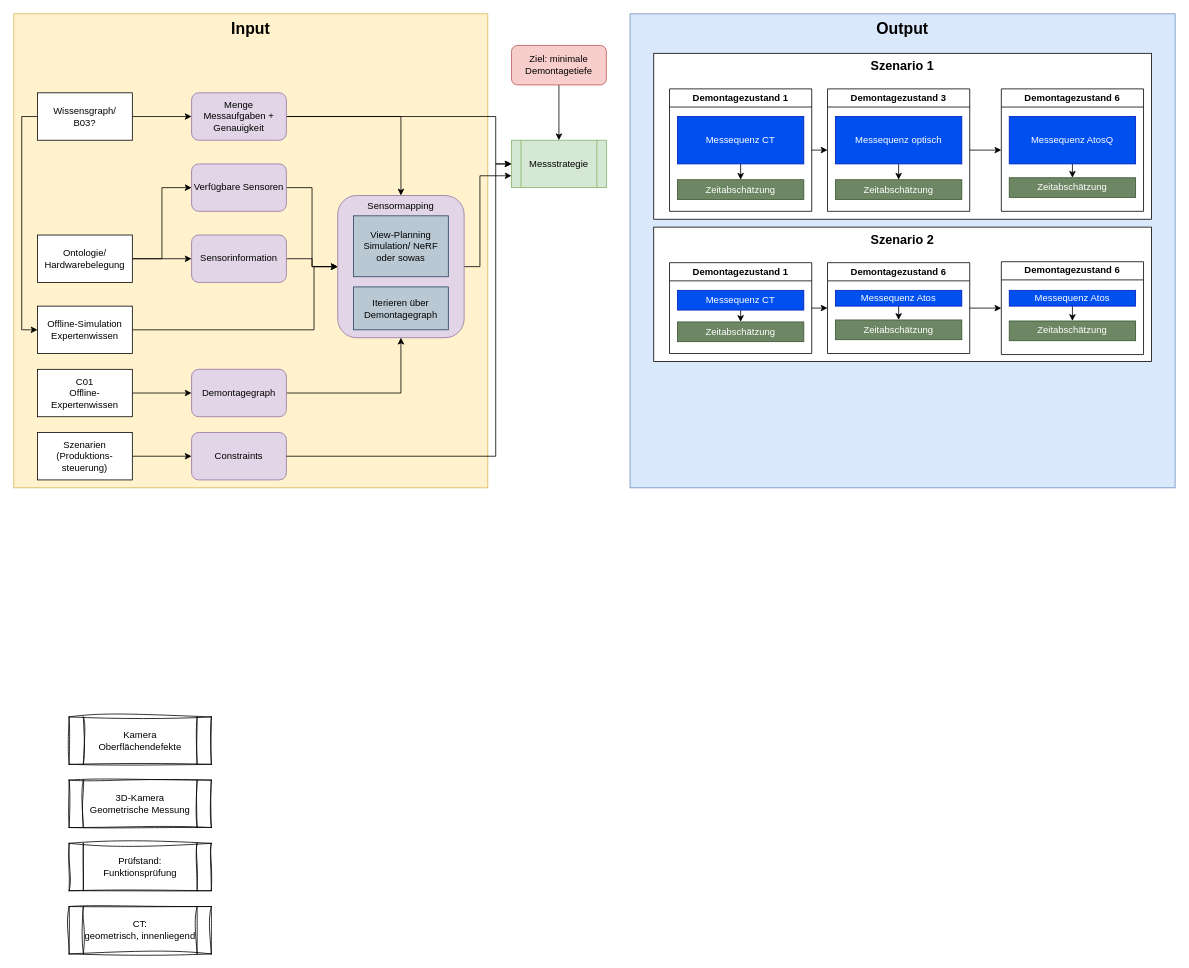
Above: B01_skizze.drawio in vento830/dok_visu (draw.io), before the change. Source tidied: cells renumbered, new cells numbered last; positions are measured from the earlier drawing's top-left corner, leaving out a move shared by most shapes. Both pictures are drawn from the tidied source at 79%, with x=0, y=0 at pixel (13, 13).
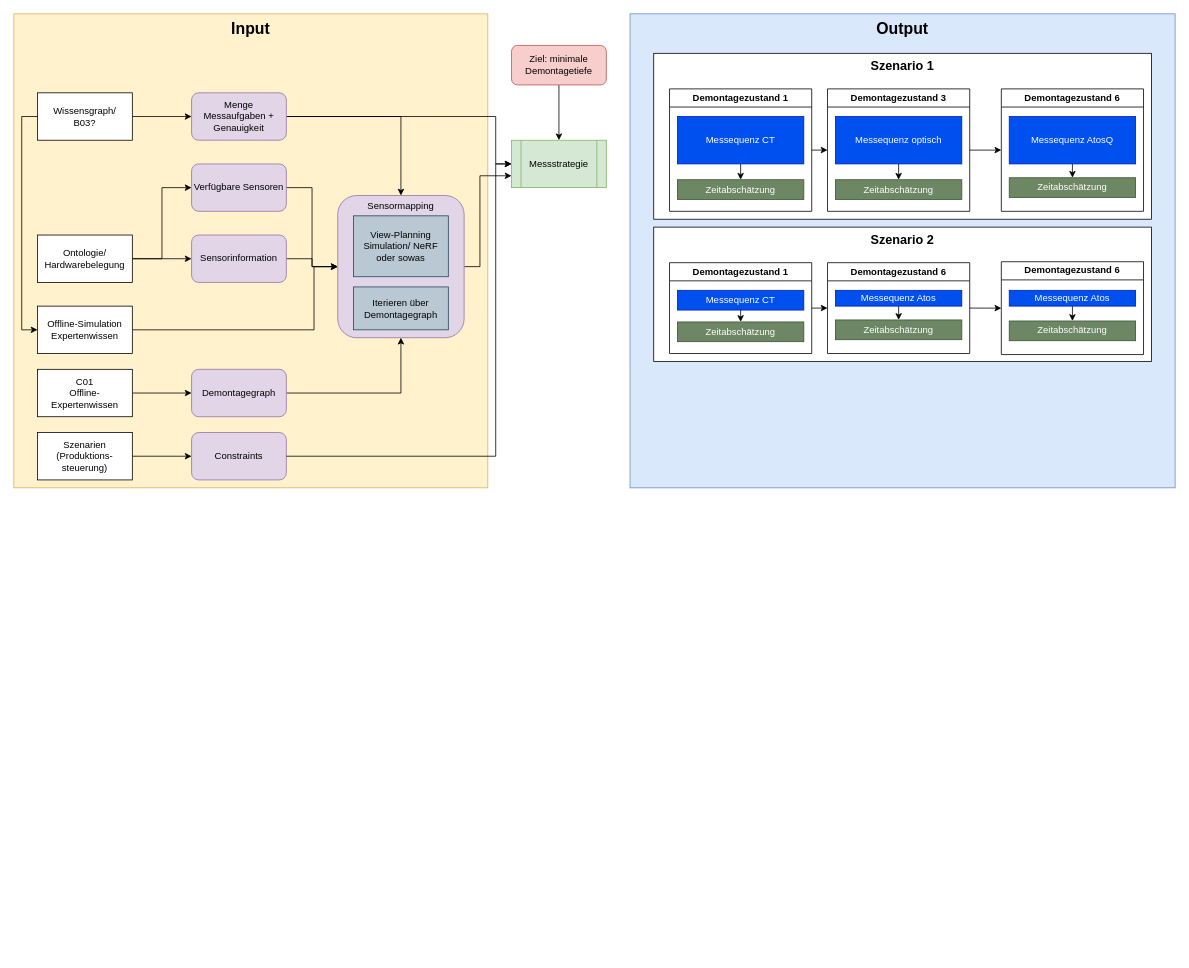
After the change.

The edit, as a diff of the source:
```diff
@@
-    <mxCell id="34" value="&lt;div&gt;Kamera&lt;/div&gt;Oberflächendefekte" style="shape=process;whiteSpace=wrap;html=1;backgroundOutline=1;rounded=0;fillColor=default;noLabel=0;perimeter=rectanglePerimeter;fixDash=0;glass=0;sketch=1;curveFitting=1;jiggle=2;" parent="1" vertex="1">
-      <mxGeometry x="70" y="890" width="180" height="60" as="geometry" />
-    </mxCell>
-    <mxCell id="35" value="&lt;div&gt;3D-Kamera&lt;/div&gt;Geometrische Messung" style="shape=process;whiteSpace=wrap;html=1;backgroundOutline=1;rounded=0;fillColor=default;noLabel=0;perimeter=rectanglePerimeter;fixDash=0;glass=0;sketch=1;curveFitting=1;jiggle=2;" parent="1" vertex="1">
-      <mxGeometry x="70" y="970" width="180" height="60" as="geometry" />
-    </mxCell>
-    <mxCell id="36" value="&lt;div&gt;Prüfstand:&lt;/div&gt;Funktionsprüfung" style="shape=process;whiteSpace=wrap;html=1;backgroundOutline=1;rounded=0;fillColor=default;noLabel=0;perimeter=rectanglePerimeter;fixDash=0;glass=0;sketch=1;curveFitting=1;jiggle=2;" parent="1" vertex="1">
-      <mxGeometry x="70" y="1050" width="180" height="60" as="geometry" />
-    </mxCell>
-    <mxCell id="37" value="CT:&lt;div&gt;geometrisch, innenliegend&lt;/div&gt;" style="shape=process;whiteSpace=wrap;html=1;backgroundOutline=1;rounded=0;fillColor=default;noLabel=0;perimeter=rectanglePerimeter;fixDash=0;glass=0;sketch=1;curveFitting=1;jiggle=2;" parent="1" vertex="1">
-      <mxGeometry x="70" y="1130" width="180" height="60" as="geometry" />
-    </mxCell>
```
